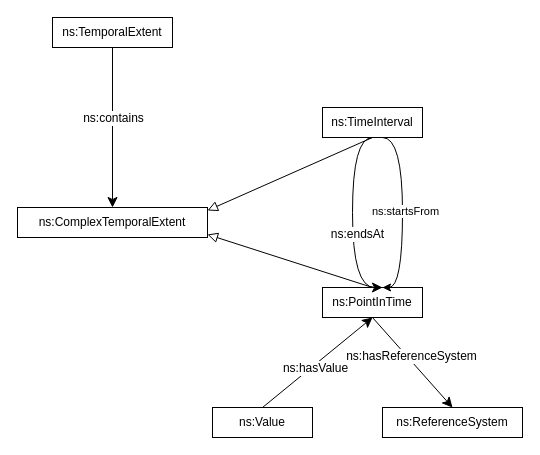
nd-crane/Drawio-experiments keeps this draw.io diagram as MODL Library Simplified/temporalextentSimplified.drawio. Above is the earlier version. Source tidied: cells renumbered, new cells numbered last; positions are measured from the earlier drawing's top-left corner, leaving out a move shared by most shapes. Both pictures are drawn from the tidied source at 100%, with x=0, y=0 at pixel (17, 17).
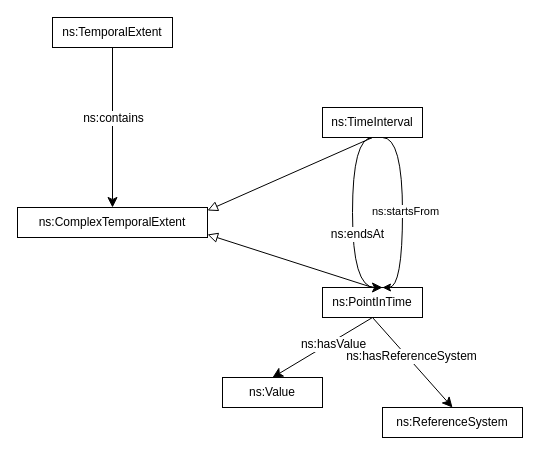
Above is the later version.

Commit message:
modl lib Simplified

The change refers to these unchanged cells:
```xml
<mxCell id="7" value="ns:PointInTime" style="rounded=0;whiteSpace=wrap;html=1;snapToPoint=1;points=[[0.1,0],[0.2,0],[0.3,0],[0.4,0],[0.5,0],[0.6,0],[0.7,0],[0.8,0],[0.9,0],[0,0.1],[0,0.3],[0,0.5],[0,0.7],[0,0.9],[0.1,1],[0.2,1],[0.3,1],[0.4,1],[0.5,1],[0.6,1],[0.7,1],[0.8,1],[0.9,1],[1,0.1],[1,0.3],[1,0.5],[1,0.7],[1,0.9]];" parent="1" vertex="1">
  <mxGeometry x="305" y="270" width="100" height="30" as="geometry" />
</mxCell>
```

The edit, as a diff of the source:
```diff
@@
     <mxCell id="13" value="ns:Value" style="rounded=0;whiteSpace=wrap;html=1;snapToPoint=1;points=[[0.1,0],[0.2,0],[0.3,0],[0.4,0],[0.5,0],[0.6,0],[0.7,0],[0.8,0],[0.9,0],[0,0.1],[0,0.3],[0,0.5],[0,0.7],[0,0.9],[0.1,1],[0.2,1],[0.3,1],[0.4,1],[0.5,1],[0.6,1],[0.7,1],[0.8,1],[0.9,1],[1,0.1],[1,0.3],[1,0.5],[1,0.7],[1,0.9]];" parent="1" vertex="1">
-      <mxGeometry x="195" y="390" width="100" height="30" as="geometry" />
+      <mxGeometry x="205" y="360" width="100" height="30" as="geometry" />
     </mxCell>
-    <mxCell id="14" style="endArrow=classic;html=1;exitX=0.5;exitY=0;exitDx=0;exitDy=0;entryX=0.5;entryY=1;entryDx=0;entryDy=0;endSize=8;arcSize=0;" parent="1" edge="1" source="13" target="7">
+    <mxCell id="14" style="endArrow=classic;html=1;exitX=0.5;exitY=1;exitDx=0;exitDy=0;endSize=8;arcSize=0;entryX=0.5;entryY=0;entryDx=0;entryDy=0;" parent="1" edge="1" source="7" target="13">
       <mxGeometry relative="1" as="geometry" />
     </mxCell>
```
